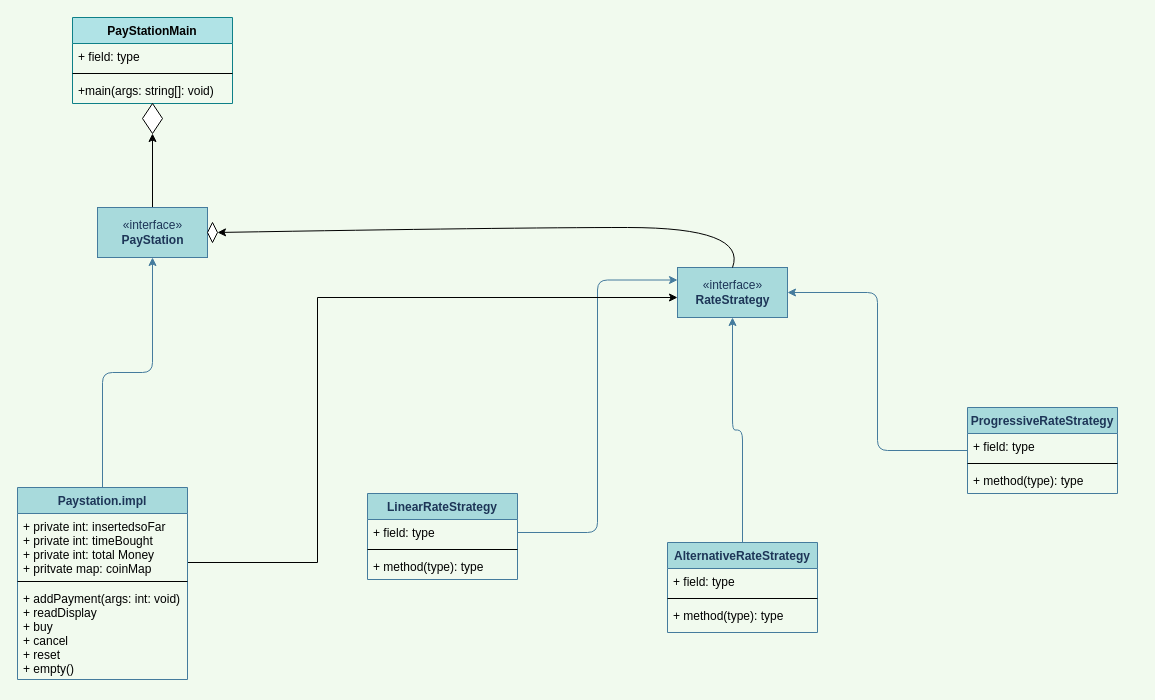
This is .github/Untitled Diagram.drawio from CIS-SoftwareDesign-S21/paystationmain-02-libohova-zhou, a draw.io file, before an edit. Source tidied: cells renumbered, new cells numbered last; positions are measured from the earlier drawing's top-left corner, leaving out a move shared by most shapes. Both pictures are drawn from the tidied source at 100%, with x=0, y=0 at pixel (17, 17).
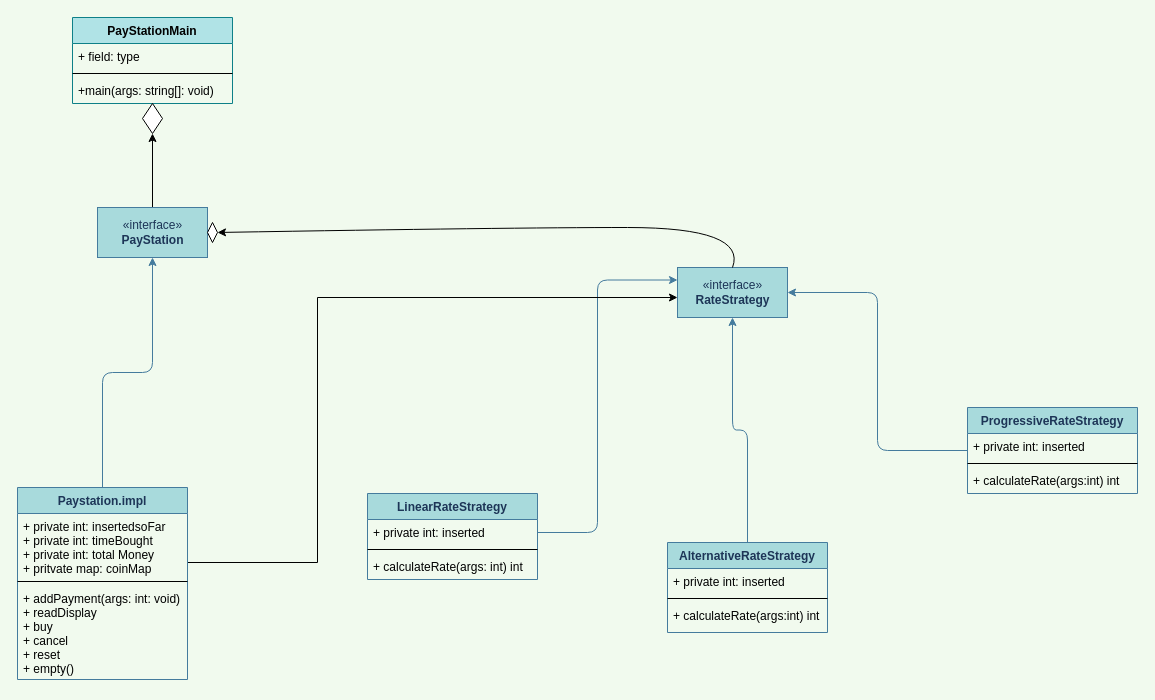
After the change.

What changed in the source:
```diff
@@
     <mxCell id="5" value="ProgressiveRateStrategy" style="swimlane;fontStyle=1;align=center;verticalAlign=top;horizontal=1;startSize=26;rounded=0;sketch=0;strokeColor=#457B9D;fillColor=#A8DADC;fontColor=#1D3557;" parent="1" vertex="1">
-      <mxGeometry x="950" y="390" width="150" height="86" as="geometry" />
+      <mxGeometry x="950" y="390" width="170" height="86" as="geometry" />
     </mxCell>
-    <mxCell id="6" value="+ field: type" style="text;strokeColor=none;fillColor=none;align=left;verticalAlign=top;spacingLeft=4;spacingRight=4;overflow=hidden;" parent="5" vertex="1">
-      <mxGeometry y="26" width="150" height="26" as="geometry" />
+    <mxCell id="6" value="+ private int: inserted" style="text;strokeColor=none;fillColor=none;align=left;verticalAlign=top;spacingLeft=4;spacingRight=4;overflow=hidden;" parent="5" vertex="1">
+      <mxGeometry y="26" width="170" height="26" as="geometry" />
     </mxCell>
     <mxCell id="7" style="line;strokeWidth=1;fillColor=none;align=left;verticalAlign=middle;spacingTop=-1;spacingLeft=3;spacingRight=3;labelPosition=right;" parent="5" vertex="1">
-      <mxGeometry y="52" width="150" height="8" as="geometry" />
+      <mxGeometry y="52" width="170" height="8" as="geometry" />
     </mxCell>
-    <mxCell id="8" value="+ method(type): type" style="text;strokeColor=none;fillColor=none;align=left;verticalAlign=top;spacingLeft=4;spacingRight=4;overflow=hidden;" parent="5" vertex="1">
-      <mxGeometry y="60" width="150" height="26" as="geometry" />
+    <mxCell id="8" value="+ calculateRate(args:int) int" style="text;strokeColor=none;fillColor=none;align=left;verticalAlign=top;spacingLeft=4;spacingRight=4;overflow=hidden;" parent="5" vertex="1">
+      <mxGeometry y="60" width="170" height="26" as="geometry" />
     </mxCell>
@@
     <mxCell id="10" value="AlternativeRateStrategy" style="swimlane;fontStyle=1;align=center;verticalAlign=top;horizontal=1;startSize=26;rounded=0;sketch=0;strokeColor=#457B9D;fillColor=#A8DADC;fontColor=#1D3557;" parent="1" vertex="1">
-      <mxGeometry x="650" y="525" width="150" height="90" as="geometry" />
+      <mxGeometry x="650" y="525" width="160" height="90" as="geometry" />
     </mxCell>
-    <mxCell id="11" value="+ field: type" style="text;strokeColor=none;fillColor=none;align=left;verticalAlign=top;spacingLeft=4;spacingRight=4;overflow=hidden;" parent="10" vertex="1">
-      <mxGeometry y="26" width="150" height="26" as="geometry" />
+    <mxCell id="11" value="+ private int: inserted" style="text;strokeColor=none;fillColor=none;align=left;verticalAlign=top;spacingLeft=4;spacingRight=4;overflow=hidden;" parent="10" vertex="1">
+      <mxGeometry y="26" width="160" height="26" as="geometry" />
     </mxCell>
     <mxCell id="12" style="line;strokeWidth=1;fillColor=none;align=left;verticalAlign=middle;spacingTop=-1;spacingLeft=3;spacingRight=3;labelPosition=right;" parent="10" vertex="1">
-      <mxGeometry y="52" width="150" height="8" as="geometry" />
+      <mxGeometry y="52" width="160" height="8" as="geometry" />
     </mxCell>
-    <mxCell id="13" value="+ method(type): type" style="text;strokeColor=none;fillColor=none;align=left;verticalAlign=top;spacingLeft=4;spacingRight=4;overflow=hidden;" parent="10" vertex="1">
-      <mxGeometry y="60" width="150" height="30" as="geometry" />
+    <mxCell id="13" value="+ calculateRate(args:int) int" style="text;strokeColor=none;fillColor=none;align=left;verticalAlign=top;spacingLeft=4;spacingRight=4;overflow=hidden;" parent="10" vertex="1">
+      <mxGeometry y="60" width="160" height="30" as="geometry" />
     </mxCell>
     <mxCell id="14" value="LinearRateStrategy&#10;" style="swimlane;fontStyle=1;align=center;verticalAlign=top;horizontal=1;startSize=26;rounded=0;sketch=0;strokeColor=#457B9D;fillColor=#A8DADC;fontColor=#1D3557;" parent="1" vertex="1">
-      <mxGeometry x="350" y="476" width="150" height="86" as="geometry" />
+      <mxGeometry x="350" y="476" width="170" height="86" as="geometry" />
     </mxCell>
-    <mxCell id="15" value="+ field: type" style="text;strokeColor=none;fillColor=none;align=left;verticalAlign=top;spacingLeft=4;spacingRight=4;overflow=hidden;points=[[0,0.5],[1,0.5]];portConstraint=eastwest;" parent="14" vertex="1">
-      <mxGeometry y="26" width="150" height="26" as="geometry" />
+    <mxCell id="15" value="+ private int: inserted" style="text;strokeColor=none;fillColor=none;align=left;verticalAlign=top;spacingLeft=4;spacingRight=4;overflow=hidden;points=[[0,0.5],[1,0.5]];portConstraint=eastwest;" parent="14" vertex="1">
+      <mxGeometry y="26" width="170" height="26" as="geometry" />
     </mxCell>
     <mxCell id="16" style="line;strokeWidth=1;fillColor=none;align=left;verticalAlign=middle;spacingTop=-1;spacingLeft=3;spacingRight=3;labelPosition=right;" parent="14" vertex="1">
-      <mxGeometry y="52" width="150" height="8" as="geometry" />
+      <mxGeometry y="52" width="170" height="8" as="geometry" />
     </mxCell>
-    <mxCell id="17" value="+ method(type): type" style="text;strokeColor=none;fillColor=none;align=left;verticalAlign=top;spacingLeft=4;spacingRight=4;overflow=hidden;" parent="14" vertex="1">
-      <mxGeometry y="60" width="150" height="26" as="geometry" />
+    <mxCell id="17" value="+ calculateRate(args: int) int" style="text;strokeColor=none;fillColor=none;align=left;verticalAlign=top;spacingLeft=4;spacingRight=4;overflow=hidden;" parent="14" vertex="1">
+      <mxGeometry y="60" width="170" height="26" as="geometry" />
     </mxCell>
```
